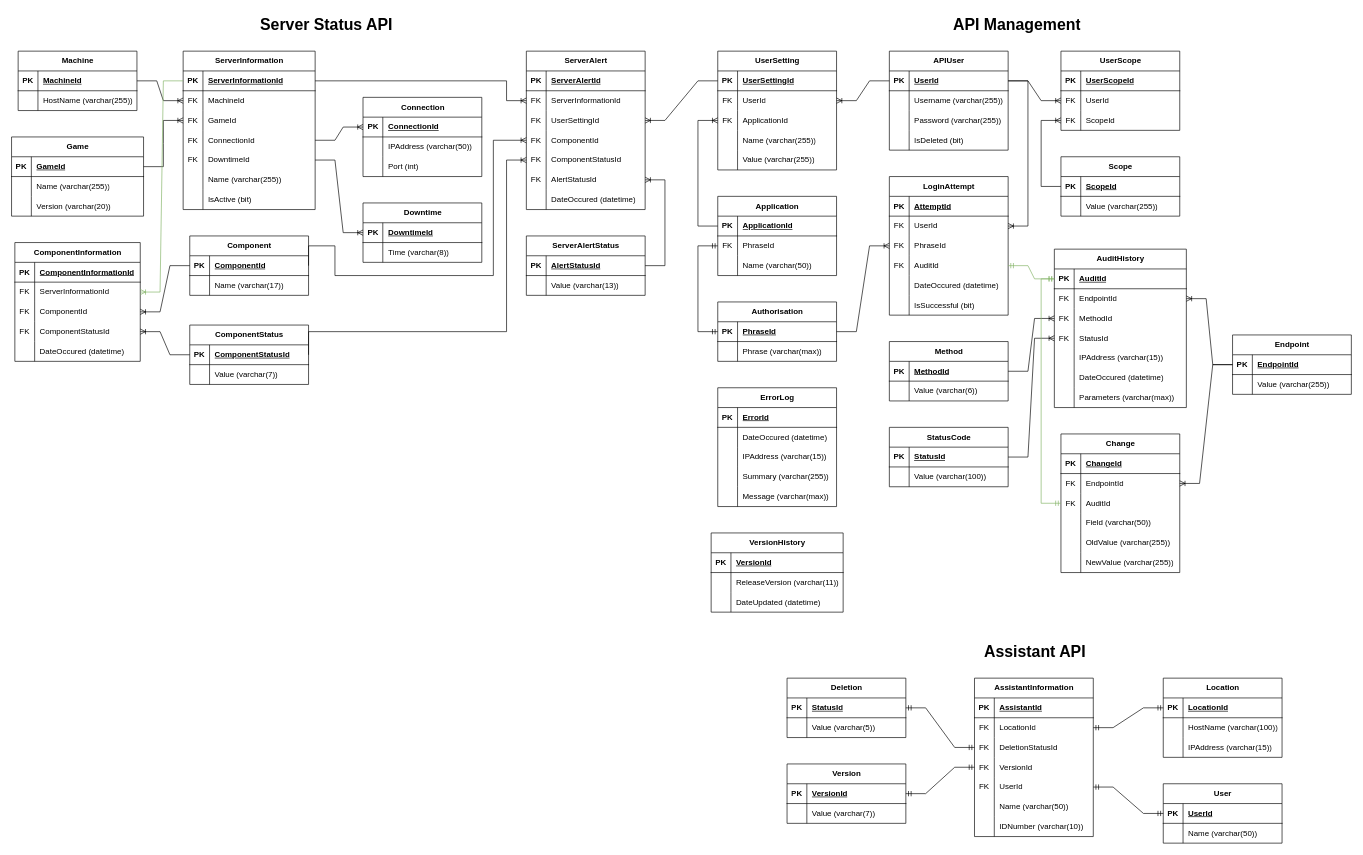
Before: Database ERD.drawio in LegendarySpork9/Hunter-Industries-API, a draw.io diagram. Source tidied: cells renumbered, new cells numbered last; positions are measured from the earlier drawing's top-left corner, leaving out a move shared by most shapes. Both pictures are drawn from the tidied source at 66%, with x=0, y=0 at pixel (11, 11).
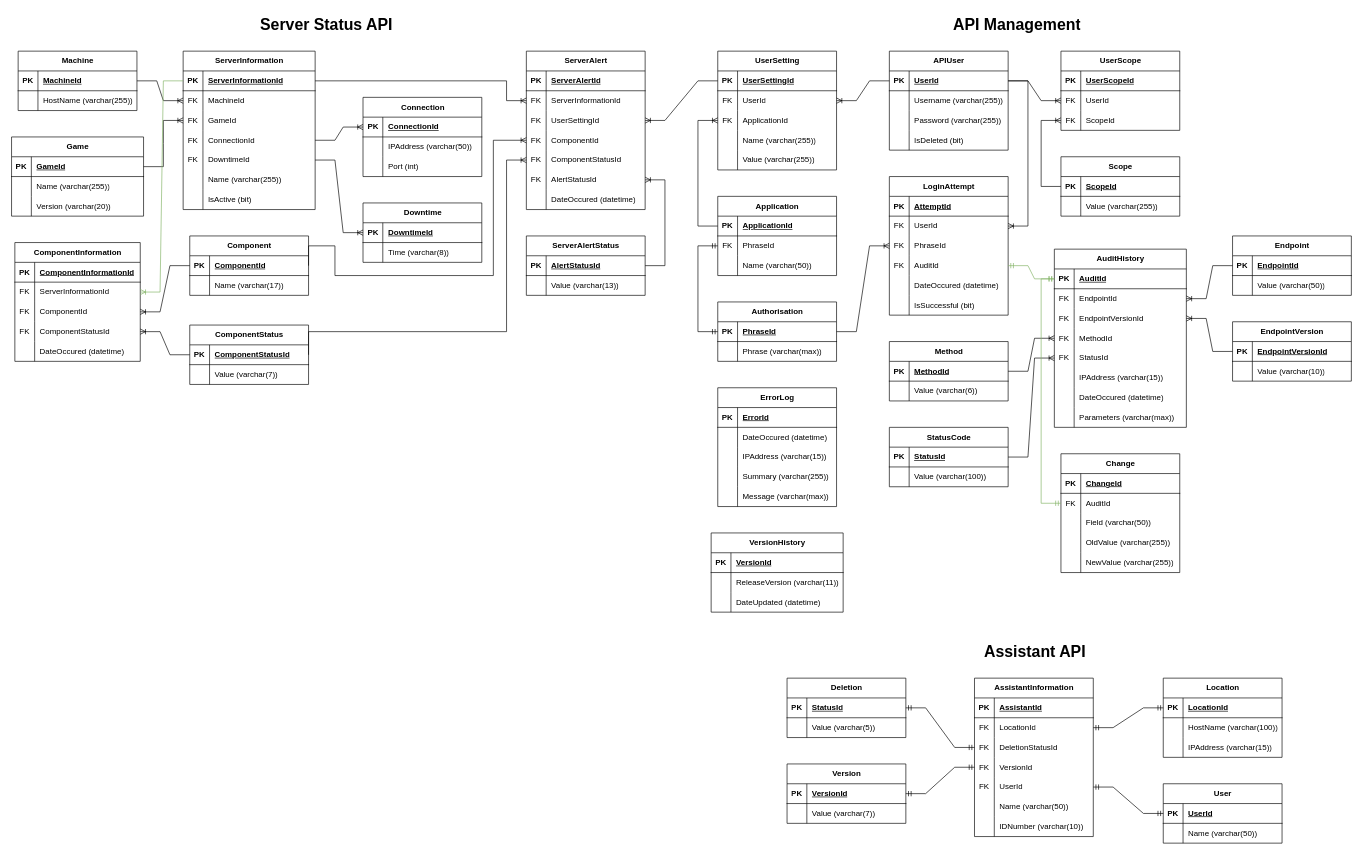
The same page after the edit.

Unchanged cells that the change refers to:
```xml
<mxCell id="89" style="shape=tableRow;horizontal=0;startSize=0;swimlaneHead=0;swimlaneBody=0;fillColor=none;points=[[0,0.5],[1,0.5]];portConstraint=eastwest;top=0;left=0;right=0;bottom=1;" parent="88" vertex="1">
  <mxGeometry y="30" width="180" height="30" as="geometry" />
</mxCell>
<mxCell id="92" style="shape=tableRow;horizontal=0;startSize=0;swimlaneHead=0;swimlaneBody=0;fillColor=none;top=0;left=0;right=0;bottom=0;" parent="88" vertex="1">
  <mxGeometry y="60" width="180" height="30" as="geometry" />
</mxCell>
```

Change to the diagram source:
```diff
@@
     <mxCell id="66" value="AuditHistory" style="shape=table;startSize=30;childLayout=tableLayout;rowLines=0;fontStyle=1;align=center;html=1;" parent="1" vertex="1">
-      <mxGeometry x="1580" y="360" width="200" height="240" as="geometry" />
+      <mxGeometry x="1580" y="360" width="200" height="270" as="geometry" />
     </mxCell>
@@
+    <mxCell id="372" style="shape=tableRow;horizontal=0;startSize=0;swimlaneHead=0;swimlaneBody=0;fillColor=none;points=[[0,0.5],[1,0.5]];portConstraint=eastwest;top=0;left=0;right=0;bottom=0;" parent="66" vertex="1">
+      <mxGeometry y="90" width="200" height="30" as="geometry" />
+    </mxCell>
+    <mxCell id="120" value="FK" style="shape=partialRectangle;fillColor=none;top=0;left=0;bottom=0;right=0;overflow=hidden;whiteSpace=wrap;html=1;" parent="372" vertex="1">
+      <mxGeometry width="30" height="30" as="geometry" />
+    </mxCell>
+    <mxCell id="373" value="EndpointVersionId" style="shape=partialRectangle;fillColor=none;top=0;left=0;bottom=0;right=0;align=left;spacingLeft=6;overflow=hidden;whiteSpace=wrap;html=1;" parent="372" vertex="1">
+      <mxGeometry x="30" width="170" height="30" as="geometry" />
+    </mxCell>
     <mxCell id="73" style="shape=tableRow;horizontal=0;startSize=0;swimlaneHead=0;swimlaneBody=0;fillColor=none;points=[[0,0.5],[1,0.5]];portConstraint=eastwest;top=0;left=0;right=0;bottom=0;" parent="66" vertex="1">
-      <mxGeometry y="90" width="200" height="30" as="geometry" />
+      <mxGeometry y="120" width="200" height="30" as="geometry" />
     </mxCell>
@@
     <mxCell id="76" style="shape=tableRow;horizontal=0;startSize=0;swimlaneHead=0;swimlaneBody=0;fillColor=none;points=[[0,0.5],[1,0.5]];portConstraint=eastwest;top=0;left=0;right=0;bottom=0;" parent="66" vertex="1">
-      <mxGeometry y="120" width="200" height="30" as="geometry" />
+      <mxGeometry y="150" width="200" height="30" as="geometry" />
     </mxCell>
@@
     <mxCell id="79" style="shape=tableRow;horizontal=0;startSize=0;swimlaneHead=0;swimlaneBody=0;fillColor=none;top=0;left=0;right=0;bottom=0;" parent="66" vertex="1">
-      <mxGeometry y="150" width="200" height="30" as="geometry" />
+      <mxGeometry y="180" width="200" height="30" as="geometry" />
     </mxCell>
@@
     <mxCell id="82" style="shape=tableRow;horizontal=0;startSize=0;swimlaneHead=0;swimlaneBody=0;fillColor=none;top=0;left=0;right=0;bottom=0;" parent="66" vertex="1">
-      <mxGeometry y="180" width="200" height="30" as="geometry" />
+      <mxGeometry y="210" width="200" height="30" as="geometry" />
     </mxCell>
@@
     <mxCell id="85" style="shape=tableRow;horizontal=0;startSize=0;swimlaneHead=0;swimlaneBody=0;fillColor=none;top=0;left=0;right=0;bottom=0;" parent="66" vertex="1">
-      <mxGeometry y="210" width="200" height="30" as="geometry" />
+      <mxGeometry y="240" width="200" height="30" as="geometry" />
     </mxCell>
@@
     <mxCell id="88" value="Endpoint" style="shape=table;startSize=30;childLayout=tableLayout;rowLines=0;fontStyle=1;align=center;html=1;" parent="1" vertex="1">
-      <mxGeometry x="1850" y="490" width="180" height="90" as="geometry" />
+      <mxGeometry x="1850" y="340" width="180" height="90" as="geometry" />
     </mxCell>
@@
-    <mxCell id="94" value="Value (varchar(255))" style="shape=partialRectangle;fillColor=none;top=0;left=0;bottom=0;right=0;align=left;spacingLeft=6;overflow=hidden;whiteSpace=wrap;html=1;" parent="92" vertex="1">
+    <mxCell id="94" value="Value (varchar(50))" style="shape=partialRectangle;fillColor=none;top=0;left=0;bottom=0;right=0;align=left;spacingLeft=6;overflow=hidden;whiteSpace=wrap;html=1;" parent="92" vertex="1">
       <mxGeometry x="30" width="150" height="30" as="geometry" />
     </mxCell>
@@
     <mxCell id="115" value="Change" style="shape=table;startSize=30;childLayout=tableLayout;rowLines=0;fontStyle=1;align=center;html=1;" parent="1" vertex="1">
-      <mxGeometry x="1590" y="640" width="180" height="210" as="geometry" />
+      <mxGeometry x="1590" y="670" width="180" height="180" as="geometry" />
     </mxCell>
@@
-    <mxCell id="119" style="shape=tableRow;horizontal=0;startSize=0;swimlaneHead=0;swimlaneBody=0;fillColor=none;points=[[0,0.5],[1,0.5]];portConstraint=eastwest;top=0;left=0;right=0;bottom=0;" parent="115" vertex="1">
-      <mxGeometry y="60" width="180" height="30" as="geometry" />
-    </mxCell>
-    <mxCell id="120" value="FK" style="shape=partialRectangle;fillColor=none;top=0;left=0;bottom=0;right=0;overflow=hidden;whiteSpace=wrap;html=1;" parent="119" vertex="1">
-      <mxGeometry width="30" height="30" as="geometry" />
-    </mxCell>
-    <mxCell id="121" value="EndpointId" style="shape=partialRectangle;fillColor=none;top=0;left=0;bottom=0;right=0;align=left;spacingLeft=6;overflow=hidden;whiteSpace=wrap;html=1;" parent="119" vertex="1">
-      <mxGeometry x="30" width="150" height="30" as="geometry" />
-    </mxCell>
     <mxCell id="122" style="shape=tableRow;horizontal=0;startSize=0;swimlaneHead=0;swimlaneBody=0;fillColor=none;points=[[0,0.5],[1,0.5]];portConstraint=eastwest;top=0;left=0;right=0;bottom=0;" parent="115" vertex="1">
-      <mxGeometry y="90" width="180" height="30" as="geometry" />
+      <mxGeometry y="60" width="180" height="30" as="geometry" />
     </mxCell>
@@
     <mxCell id="125" style="shape=tableRow;horizontal=0;startSize=0;swimlaneHead=0;swimlaneBody=0;fillColor=none;top=0;left=0;right=0;bottom=0;" parent="115" vertex="1">
-      <mxGeometry y="120" width="180" height="30" as="geometry" />
+      <mxGeometry y="90" width="180" height="30" as="geometry" />
     </mxCell>
@@
     <mxCell id="128" style="shape=tableRow;horizontal=0;startSize=0;swimlaneHead=0;swimlaneBody=0;fillColor=none;top=0;left=0;right=0;bottom=0;" parent="115" vertex="1">
-      <mxGeometry y="150" width="180" height="30" as="geometry" />
+      <mxGeometry y="120" width="180" height="30" as="geometry" />
     </mxCell>
@@
     <mxCell id="131" style="shape=tableRow;horizontal=0;startSize=0;swimlaneHead=0;swimlaneBody=0;fillColor=none;top=0;left=0;right=0;bottom=0;" parent="115" vertex="1">
-      <mxGeometry y="180" width="180" height="30" as="geometry" />
+      <mxGeometry y="150" width="180" height="30" as="geometry" />
     </mxCell>
@@
-    <mxCell id="207" style="edgeStyle=entityRelationEdgeStyle;fontSize=12;html=1;endArrow=ERoneToMany;rounded=0;entryX=1;entryY=0.5;entryDx=0;entryDy=0;exitX=0;exitY=0.5;exitDx=0;exitDy=0;" parent="1" edge="1" source="89" target="119">
-      <mxGeometry relative="1" as="geometry" />
-    </mxCell>
@@
+    <mxCell id="374" value="EndpointVersion" style="shape=table;startSize=30;childLayout=tableLayout;rowLines=0;fontStyle=1;align=center;html=1;" parent="1" vertex="1">
+      <mxGeometry x="1850" y="470" width="180" height="90" as="geometry" />
+    </mxCell>
+    <mxCell id="375" style="shape=tableRow;horizontal=0;startSize=0;swimlaneHead=0;swimlaneBody=0;fillColor=none;points=[[0,0.5],[1,0.5]];portConstraint=eastwest;top=0;left=0;right=0;bottom=1;" parent="374" vertex="1">
+      <mxGeometry y="30" width="180" height="30" as="geometry" />
+    </mxCell>
+    <mxCell id="376" value="PK" style="shape=partialRectangle;fillColor=none;top=0;left=0;bottom=0;right=0;fontStyle=1;overflow=hidden;whiteSpace=wrap;html=1;" parent="375" vertex="1">
+      <mxGeometry width="30" height="30" as="geometry" />
+    </mxCell>
+    <mxCell id="377" value="EndpointVersionId" style="shape=partialRectangle;fillColor=none;top=0;left=0;bottom=0;right=0;align=left;spacingLeft=6;fontStyle=5;overflow=hidden;whiteSpace=wrap;html=1;" parent="375" vertex="1">
+      <mxGeometry x="30" width="150" height="30" as="geometry" />
+    </mxCell>
+    <mxCell id="119" style="shape=tableRow;horizontal=0;startSize=0;swimlaneHead=0;swimlaneBody=0;fillColor=none;points=[[0,0.5],[1,0.5]];portConstraint=eastwest;top=0;left=0;right=0;bottom=0;" parent="374" vertex="1">
+      <mxGeometry y="60" width="180" height="30" as="geometry" />
+    </mxCell>
+    <mxCell id="378" style="shape=partialRectangle;fillColor=none;top=0;left=0;bottom=0;right=0;overflow=hidden;whiteSpace=wrap;html=1;" parent="119" vertex="1">
+      <mxGeometry width="30" height="30" as="geometry" />
+    </mxCell>
+    <mxCell id="379" value="Value (varchar(10))" style="shape=partialRectangle;fillColor=none;top=0;left=0;bottom=0;right=0;align=left;spacingLeft=6;overflow=hidden;whiteSpace=wrap;html=1;" parent="119" vertex="1">
+      <mxGeometry x="30" width="150" height="30" as="geometry" />
+    </mxCell>
+    <mxCell id="380" style="edgeStyle=entityRelationEdgeStyle;fontSize=12;html=1;endArrow=ERoneToMany;rounded=0;entryX=1;entryY=0.5;entryDx=0;entryDy=0;exitX=0;exitY=0.5;exitDx=0;exitDy=0;" parent="1" edge="1" source="375" target="372">
+      <mxGeometry relative="1" as="geometry" />
+    </mxCell>
```
